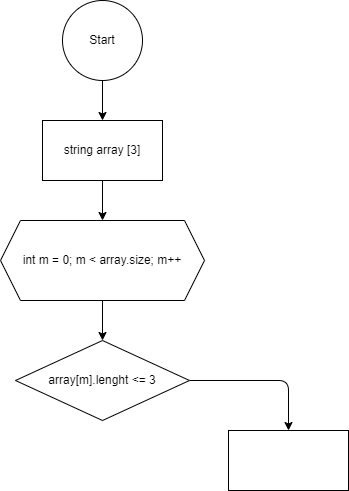
The draw.io diagram diagramma.drawio.png in dvmax1984/FinalControlWork06042023, before a commit. Source tidied: cells renumbered, new cells last; positions are measured from the earlier drawing's top-left corner, leaving out a move shared by most shapes.
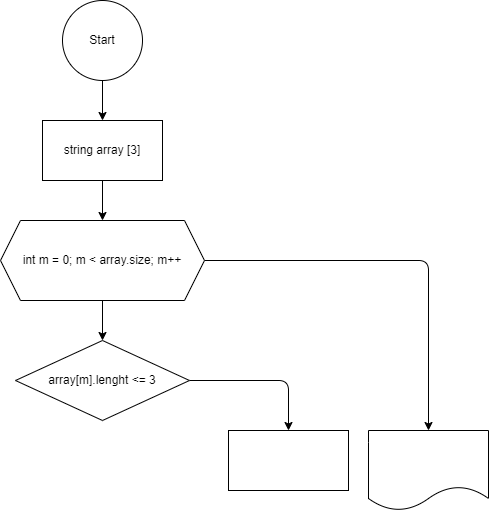
After the change.

Commit message:
Начал рисовать блок схему

The edit, as a diff of the source:
```diff
@@ -17,6 +17,9 @@
     <mxCell id="6" style="edgeStyle=none;html=1;" parent="1" edge="1" source="7" target="9">
       <mxGeometry relative="1" as="geometry" />
     </mxCell>
+    <mxCell id="11" style="edgeStyle=orthogonalEdgeStyle;html=1;entryX=0.5;entryY=0;entryDx=0;entryDy=0;" parent="1" edge="1" source="7" target="12">
+      <mxGeometry relative="1" as="geometry" />
+    </mxCell>
     <mxCell id="7" value="int m = 0; m &amp;lt; array.size; m++" style="shape=hexagon;perimeter=hexagonPerimeter2;whiteSpace=wrap;html=1;fixedSize=1;" parent="1" vertex="1">
       <mxGeometry y="220" width="204" height="80" as="geometry" />
     </mxCell>
@@ -29,5 +32,8 @@
     <mxCell id="10" style="rounded=0;whiteSpace=wrap;html=1;" parent="1" vertex="1">
       <mxGeometry x="228" y="430" width="120" height="60" as="geometry" />
     </mxCell>
+    <mxCell id="12" style="shape=document;whiteSpace=wrap;html=1;boundedLbl=1;" parent="1" vertex="1">
+      <mxGeometry x="368" y="430" width="120" height="80" as="geometry" />
+    </mxCell>
   </root>
 </mxGraphModel>
```
